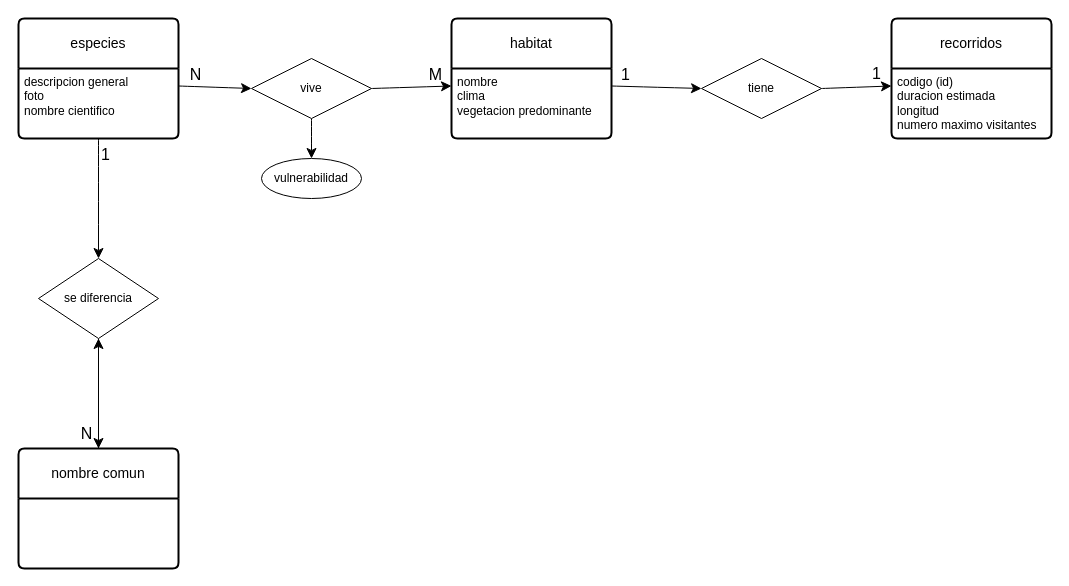
fernandezortaalex/Tarea keeps this draw.io diagram as Tarea_Base_de_datos/Tema1/Diagrama ejercicio7.drawio. Above is the earlier version. Source tidied: cells renumbered, new cells numbered last; positions are measured from the earlier drawing's top-left corner, leaving out a move shared by most shapes. Both pictures are drawn from the tidied source at 100%, with x=0, y=0 at pixel (18, 18).
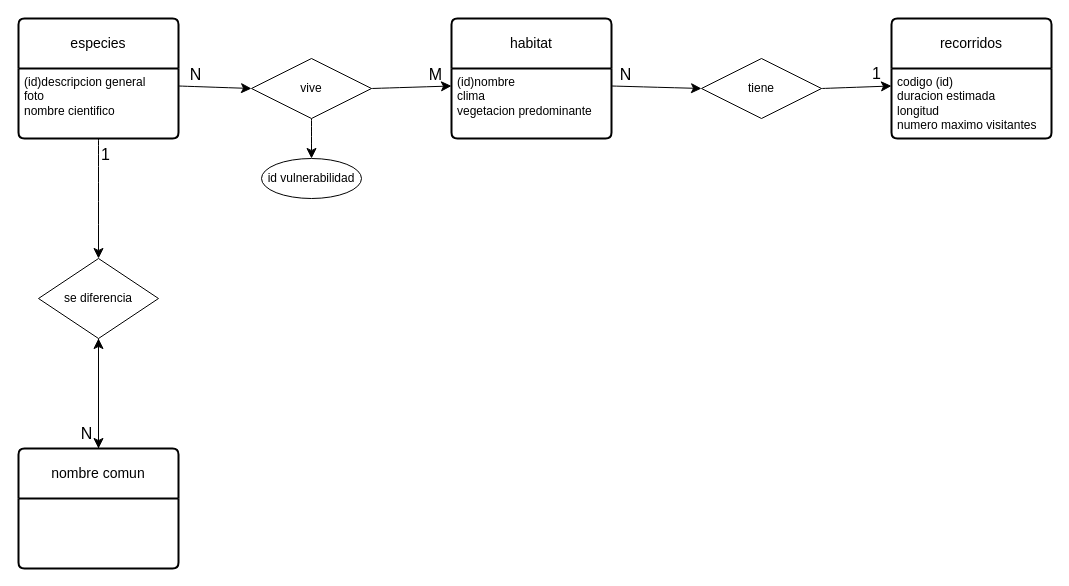
After the change.

Commit message (it also covers changes not shown here):
tarea base de datos

The change refers to these unchanged cells:
```xml
<mxCell id="5" value="especies" style="swimlane;horizontal=1;startSize=50;rounded=1;fontSize=14;fontStyle=0;strokeWidth=2;shadow=0;dashed=0;align=center;arcSize=4;whiteSpace=wrap;html=1;" parent="1" vertex="1">
  <mxGeometry width="160" height="120" as="geometry" />
</mxCell>
<mxCell id="10" value="habitat" style="swimlane;horizontal=1;startSize=50;rounded=1;fontSize=14;fontStyle=0;strokeWidth=2;shadow=0;dashed=0;align=center;arcSize=4;whiteSpace=wrap;html=1;" parent="1" vertex="1">
  <mxGeometry x="433" width="160" height="120" as="geometry" />
</mxCell>
```

Diff of the diagram source:
```diff
@@
-    <mxCell id="6" value="descripcion general&lt;div&gt;foto&lt;/div&gt;&lt;div&gt;nombre cientifico&lt;/div&gt;" style="align=left;strokeColor=none;fillColor=none;spacingLeft=4;spacingRight=4;fontSize=12;verticalAlign=top;html=1;whiteSpace=wrap;" parent="5" vertex="1">
+    <mxCell id="6" value="(id)descripcion general&lt;div&gt;foto&lt;/div&gt;&lt;div&gt;nombre cientifico&lt;/div&gt;" style="align=left;strokeColor=none;fillColor=none;spacingLeft=4;spacingRight=4;fontSize=12;verticalAlign=top;html=1;whiteSpace=wrap;" parent="5" vertex="1">
       <mxGeometry y="50" width="160" height="70" as="geometry" />
     </mxCell>
@@
-    <mxCell id="11" value="nombre&lt;div&gt;clima&lt;/div&gt;&lt;div&gt;vegetacion predominante&lt;/div&gt;&lt;div&gt;&lt;br&gt;&lt;/div&gt;" style="align=left;strokeColor=none;fillColor=none;spacingLeft=4;spacingRight=4;fontSize=12;verticalAlign=top;html=1;whiteSpace=wrap;" parent="10" vertex="1">
+    <mxCell id="11" value="(id)nombre&lt;div&gt;clima&lt;/div&gt;&lt;div&gt;vegetacion predominante&lt;/div&gt;&lt;div&gt;&lt;br&gt;&lt;/div&gt;" style="align=left;strokeColor=none;fillColor=none;spacingLeft=4;spacingRight=4;fontSize=12;verticalAlign=top;html=1;whiteSpace=wrap;" parent="10" vertex="1">
       <mxGeometry y="50" width="160" height="70" as="geometry" />
     </mxCell>
@@
-    <mxCell id="21" value="1" style="text;html=1;align=center;verticalAlign=middle;strokeColor=none;fillColor=none;fontSize=16;" parent="1" vertex="1">
-      <mxGeometry x="592" y="41" width="30" height="30" as="geometry" />
+    <mxCell id="21" value="N" style="text;html=1;align=center;verticalAlign=middle;strokeColor=none;fillColor=none;fontSize=16;" parent="1" vertex="1">
+      <mxGeometry x="587" y="41" width="40" height="30" as="geometry" />
     </mxCell>
@@
-    <mxCell id="27" value="vulnerabilidad" style="ellipse;whiteSpace=wrap;html=1;align=center;" parent="1" vertex="1">
+    <mxCell id="27" value="id vulnerabilidad" style="ellipse;whiteSpace=wrap;html=1;align=center;" parent="1" vertex="1">
       <mxGeometry x="243" y="140" width="100" height="40" as="geometry" />
     </mxCell>
```
